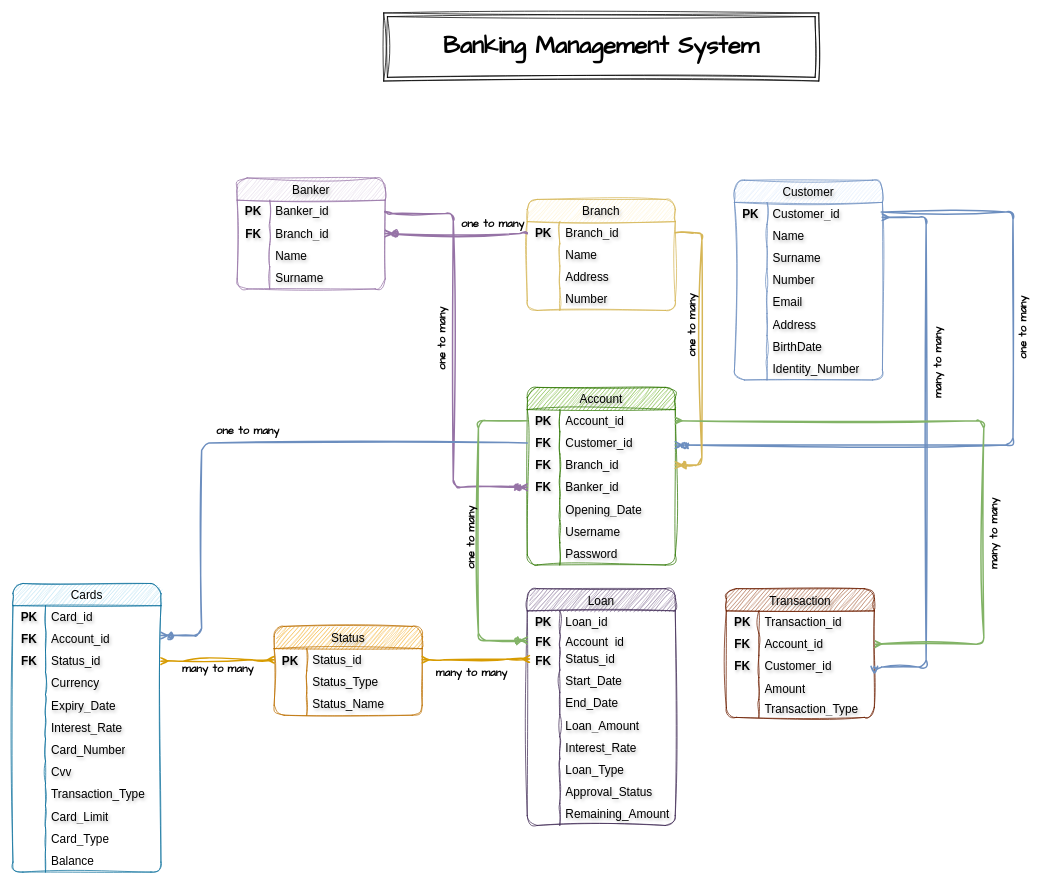
The draw.io diagram Pair1_BankaER.drawio in bnsuoztrk/Deneme, before the edit. Source tidied: cells renumbered, new cells numbered last; positions are measured from the earlier drawing's top-left corner, leaving out a move shared by most shapes. Both pictures are drawn from the tidied source at 74%, with x=0, y=0 at pixel (13, 13).
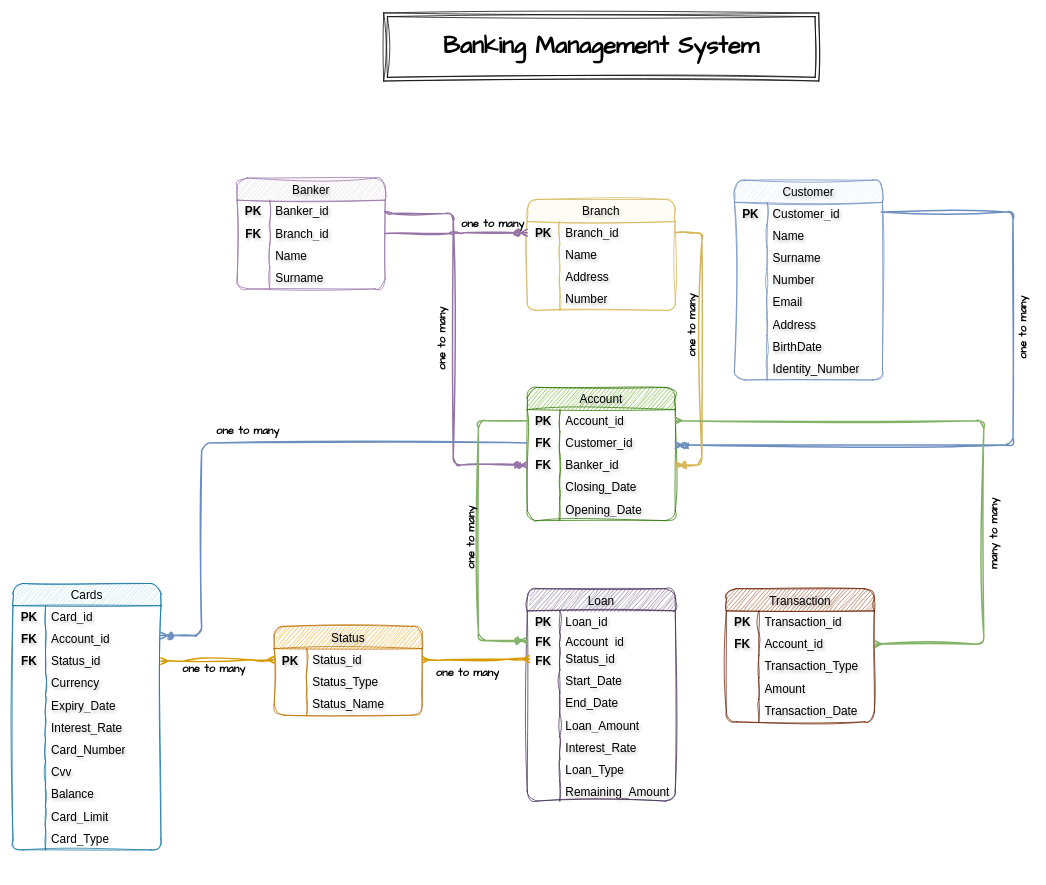
After the change.

Unchanged cells that the change refers to:
```xml
<mxCell id="9" style="shape=tableRow;horizontal=0;startSize=0;swimlaneHead=0;swimlaneBody=0;top=0;left=0;bottom=0;right=0;fillColor=none;points=[[0,0.5],[1,0.5]];portConstraint=eastwest;strokeColor=inherit;fontSize=16;sketch=1;curveFitting=1;jiggle=2;rounded=1;fontColor=#000000;labelBorderColor=none;labelBackgroundColor=none;textShadow=1;" parent="2" vertex="1">
  <mxGeometry y="90" width="200" height="30" as="geometry" />
</mxCell>
<mxCell id="12" style="shape=tableRow;horizontal=0;startSize=0;swimlaneHead=0;swimlaneBody=0;top=0;left=0;bottom=0;right=0;fillColor=none;points=[[0,0.5],[1,0.5]];portConstraint=eastwest;strokeColor=inherit;fontSize=16;sketch=1;curveFitting=1;jiggle=2;rounded=1;fontColor=#000000;labelBorderColor=none;labelBackgroundColor=none;textShadow=1;" parent="2" vertex="1">
  <mxGeometry y="120" width="200" height="30" as="geometry" />
</mxCell>
<mxCell id="25" style="shape=tableRow;horizontal=0;startSize=0;swimlaneHead=0;swimlaneBody=0;top=0;left=0;bottom=0;right=0;fillColor=none;points=[[0,0.5],[1,0.5]];portConstraint=eastwest;strokeColor=inherit;fontSize=16;sketch=1;curveFitting=1;jiggle=2;rounded=1;fontColor=#000000;labelBorderColor=none;labelBackgroundColor=none;textShadow=1;" parent="24" vertex="1">
  <mxGeometry y="30" width="200" height="30" as="geometry" />
</mxCell>
<mxCell id="50" style="shape=tableRow;horizontal=0;startSize=0;swimlaneHead=0;swimlaneBody=0;top=0;left=0;bottom=0;right=0;fillColor=none;points=[[0,0.5],[1,0.5]];portConstraint=eastwest;strokeColor=inherit;fontSize=16;sketch=1;curveFitting=1;jiggle=2;rounded=1;fontColor=#000000;labelBorderColor=none;labelBackgroundColor=none;textShadow=1;" parent="49" vertex="1">
  <mxGeometry y="30" width="200" height="30" as="geometry" />
</mxCell>
<mxCell id="53" style="shape=tableRow;horizontal=0;startSize=0;swimlaneHead=0;swimlaneBody=0;top=0;left=0;bottom=0;right=0;fillColor=none;points=[[0,0.5],[1,0.5]];portConstraint=eastwest;strokeColor=inherit;fontSize=16;sketch=1;curveFitting=1;jiggle=2;rounded=1;fontColor=#000000;labelBorderColor=none;labelBackgroundColor=none;textShadow=1;" parent="49" vertex="1">
  <mxGeometry y="60" width="200" height="30" as="geometry" />
</mxCell>
<mxCell id="94" style="shape=tableRow;horizontal=0;startSize=0;swimlaneHead=0;swimlaneBody=0;top=0;left=0;bottom=0;right=0;fillColor=none;points=[[0,0.5],[1,0.5]];portConstraint=eastwest;strokeColor=inherit;fontSize=16;sketch=1;curveFitting=1;jiggle=2;rounded=1;fontColor=#000000;labelBorderColor=none;labelBackgroundColor=none;textShadow=1;" parent="93" vertex="1">
  <mxGeometry y="30" width="200" height="30" as="geometry" />
</mxCell>
<mxCell id="113" style="shape=tableRow;horizontal=0;startSize=0;swimlaneHead=0;swimlaneBody=0;top=0;left=0;bottom=0;right=0;fillColor=none;points=[[0,0.5],[1,0.5]];portConstraint=eastwest;strokeColor=inherit;fontSize=16;sketch=1;curveFitting=1;jiggle=2;rounded=1;fontColor=#000000;labelBorderColor=none;labelBackgroundColor=none;textShadow=1;" parent="106" vertex="1">
  <mxGeometry y="90" width="200" height="30" as="geometry" />
</mxCell>
<mxCell id="147" style="shape=tableRow;horizontal=0;startSize=0;swimlaneHead=0;swimlaneBody=0;top=0;left=0;bottom=0;right=0;fillColor=none;strokeColor=inherit;fontSize=16;sketch=1;curveFitting=1;jiggle=2;rounded=1;fontColor=#000000;labelBorderColor=none;labelBackgroundColor=none;textShadow=1;" parent="122" vertex="1">
  <mxGeometry y="270" width="200" height="30" as="geometry" />
</mxCell>
```

Diff of the diagram source:
```diff
@@
     <mxCell id="2" value="Account" style="shape=table;startSize=30;childLayout=tableLayout;rowLines=0;fontStyle=0;strokeColor=#2D7600;fontSize=16;fillColor=#60a917;fontColor=#000000;sketch=1;curveFitting=1;jiggle=2;rounded=1;labelBorderColor=none;labelBackgroundColor=none;textShadow=1;" parent="1" vertex="1">
-      <mxGeometry x="695" y="506" width="200" height="240" as="geometry" />
+      <mxGeometry x="695" y="506" width="200" height="180" as="geometry" />
     </mxCell>
@@
-    <mxCell id="11" value="Branch_id" style="shape=partialRectangle;html=1;whiteSpace=wrap;fillColor=none;top=0;left=0;bottom=0;right=0;align=left;spacingLeft=6;overflow=hidden;strokeColor=inherit;fontSize=16;sketch=1;curveFitting=1;jiggle=2;rounded=1;fontColor=#000000;labelBorderColor=none;labelBackgroundColor=none;textShadow=1;" parent="9" vertex="1">
+    <mxCell id="11" value="Banker_id" style="shape=partialRectangle;html=1;whiteSpace=wrap;fillColor=none;top=0;left=0;bottom=0;right=0;align=left;spacingLeft=6;overflow=hidden;strokeColor=inherit;fontSize=16;sketch=1;curveFitting=1;jiggle=2;rounded=1;fontColor=#000000;labelBorderColor=none;labelBackgroundColor=none;textShadow=1;" parent="9" vertex="1">
       <mxGeometry x="44" width="156" height="30" as="geometry" />
     </mxCell>
@@
-    <mxCell id="13" value="FK" style="shape=partialRectangle;html=1;whiteSpace=wrap;fillColor=none;top=0;left=0;bottom=0;right=0;overflow=hidden;strokeColor=inherit;fontSize=16;fontStyle=1;sketch=1;curveFitting=1;jiggle=2;rounded=1;fontColor=#000000;labelBorderColor=none;labelBackgroundColor=none;textShadow=1;" parent="12" vertex="1">
+    <mxCell id="13" style="shape=partialRectangle;html=1;whiteSpace=wrap;fillColor=none;top=0;left=0;bottom=0;right=0;overflow=hidden;strokeColor=inherit;fontSize=16;fontStyle=1;sketch=1;curveFitting=1;jiggle=2;rounded=1;fontColor=#000000;labelBorderColor=none;labelBackgroundColor=none;textShadow=1;" parent="12" vertex="1">
       <mxGeometry width="44" height="30" as="geometry" />
     </mxCell>
-    <mxCell id="14" value="Banker_id" style="shape=partialRectangle;html=1;whiteSpace=wrap;fillColor=none;top=0;left=0;bottom=0;right=0;align=left;spacingLeft=6;overflow=hidden;strokeColor=inherit;fontSize=16;sketch=1;curveFitting=1;jiggle=2;rounded=1;fontColor=#000000;labelBorderColor=none;labelBackgroundColor=none;textShadow=1;" parent="12" vertex="1">
+    <mxCell id="14" value="Closing_Date" style="shape=partialRectangle;html=1;whiteSpace=wrap;fillColor=none;top=0;left=0;bottom=0;right=0;align=left;spacingLeft=6;overflow=hidden;strokeColor=inherit;fontSize=16;sketch=1;curveFitting=1;jiggle=2;rounded=1;fontColor=#000000;labelBorderColor=none;labelBackgroundColor=none;textShadow=1;" parent="12" vertex="1">
       <mxGeometry x="44" width="156" height="30" as="geometry" />
     </mxCell>
@@
-    <mxCell id="18" style="shape=tableRow;horizontal=0;startSize=0;swimlaneHead=0;swimlaneBody=0;top=0;left=0;bottom=0;right=0;fillColor=none;strokeColor=inherit;fontSize=16;sketch=1;curveFitting=1;jiggle=2;rounded=1;fontColor=#000000;labelBorderColor=none;labelBackgroundColor=none;textShadow=1;" parent="2" vertex="1">
-      <mxGeometry y="180" width="200" height="30" as="geometry" />
-    </mxCell>
-    <mxCell id="19" style="shape=partialRectangle;html=1;whiteSpace=wrap;fillColor=none;top=0;left=0;bottom=0;right=0;overflow=hidden;strokeColor=inherit;fontSize=16;sketch=1;curveFitting=1;jiggle=2;rounded=1;fontColor=#000000;labelBorderColor=none;labelBackgroundColor=none;textShadow=1;" parent="18" vertex="1">
-      <mxGeometry width="44" height="30" as="geometry" />
-    </mxCell>
-    <mxCell id="20" value="Username" style="shape=partialRectangle;html=1;whiteSpace=wrap;fillColor=none;top=0;left=0;bottom=0;right=0;align=left;spacingLeft=6;overflow=hidden;strokeColor=inherit;fontSize=16;sketch=1;curveFitting=1;jiggle=2;rounded=1;fontColor=#000000;labelBorderColor=none;labelBackgroundColor=none;textShadow=1;" parent="18" vertex="1">
-      <mxGeometry x="44" width="156" height="30" as="geometry" />
-    </mxCell>
-    <mxCell id="21" style="shape=tableRow;horizontal=0;startSize=0;swimlaneHead=0;swimlaneBody=0;top=0;left=0;bottom=0;right=0;fillColor=none;strokeColor=inherit;fontSize=16;sketch=1;curveFitting=1;jiggle=2;rounded=1;fontColor=#000000;labelBorderColor=none;labelBackgroundColor=none;textShadow=1;" parent="2" vertex="1">
-      <mxGeometry y="210" width="200" height="30" as="geometry" />
-    </mxCell>
-    <mxCell id="22" style="shape=partialRectangle;html=1;whiteSpace=wrap;fillColor=none;top=0;left=0;bottom=0;right=0;overflow=hidden;strokeColor=inherit;fontSize=16;sketch=1;curveFitting=1;jiggle=2;rounded=1;fontColor=#000000;labelBorderColor=none;labelBackgroundColor=none;textShadow=1;" parent="21" vertex="1">
-      <mxGeometry width="44" height="30" as="geometry" />
-    </mxCell>
-    <mxCell id="23" value="Password" style="shape=partialRectangle;html=1;whiteSpace=wrap;fillColor=none;top=0;left=0;bottom=0;right=0;align=left;spacingLeft=6;overflow=hidden;strokeColor=inherit;fontSize=16;sketch=1;curveFitting=1;jiggle=2;rounded=1;fontColor=#000000;labelBorderColor=none;labelBackgroundColor=none;textShadow=1;" parent="21" vertex="1">
-      <mxGeometry x="44" width="156" height="30" as="geometry" />
-    </mxCell>
@@
     <mxCell id="62" value="Loan" style="shape=table;startSize=30;childLayout=tableLayout;rowLines=0;fontStyle=0;strokeColor=#432D57;fontSize=16;fillColor=#76608a;fontColor=#000000;sketch=1;curveFitting=1;jiggle=2;rounded=1;labelBorderColor=none;labelBackgroundColor=none;textShadow=1;" parent="1" vertex="1">
-      <mxGeometry x="695" y="778" width="200" height="320" as="geometry" />
+      <mxGeometry x="695" y="778" width="200" height="287" as="geometry" />
     </mxCell>
@@
     <mxCell id="87" style="shape=tableRow;horizontal=0;startSize=0;swimlaneHead=0;swimlaneBody=0;top=0;left=0;bottom=0;right=0;fillColor=none;strokeColor=inherit;fontSize=16;sketch=1;curveFitting=1;jiggle=2;rounded=1;fontColor=#000000;labelBorderColor=none;labelBackgroundColor=none;textShadow=1;" parent="62" vertex="1">
-      <mxGeometry y="260" width="200" height="30" as="geometry" />
+      <mxGeometry y="260" width="200" height="27" as="geometry" />
     </mxCell>
     <mxCell id="88" style="shape=partialRectangle;html=1;whiteSpace=wrap;fillColor=none;top=0;left=0;bottom=0;right=0;overflow=hidden;strokeColor=inherit;fontSize=16;sketch=1;curveFitting=1;jiggle=2;rounded=1;fontColor=#000000;labelBorderColor=none;labelBackgroundColor=none;textShadow=1;" parent="87" vertex="1">
-      <mxGeometry width="44" height="30" as="geometry" />
+      <mxGeometry width="44" height="27" as="geometry" />
     </mxCell>
-    <mxCell id="89" value="Approval_Status" style="shape=partialRectangle;html=1;whiteSpace=wrap;fillColor=none;top=0;left=0;bottom=0;right=0;align=left;spacingLeft=6;overflow=hidden;strokeColor=inherit;fontSize=16;sketch=1;curveFitting=1;jiggle=2;rounded=1;fontColor=#000000;labelBorderColor=none;labelBackgroundColor=none;textShadow=1;" parent="87" vertex="1">
-      <mxGeometry x="44" width="156" height="30" as="geometry" />
+    <mxCell id="89" value="Remaining_Amount" style="shape=partialRectangle;html=1;whiteSpace=wrap;fillColor=none;top=0;left=0;bottom=0;right=0;align=left;spacingLeft=6;overflow=hidden;strokeColor=inherit;fontSize=16;sketch=1;curveFitting=1;jiggle=2;rounded=1;fontColor=#000000;labelBorderColor=none;labelBackgroundColor=none;textShadow=1;" parent="87" vertex="1">
+      <mxGeometry x="44" width="156" height="27" as="geometry" />
     </mxCell>
-    <mxCell id="90" style="shape=tableRow;horizontal=0;startSize=0;swimlaneHead=0;swimlaneBody=0;top=0;left=0;bottom=0;right=0;fillColor=none;strokeColor=inherit;fontSize=16;sketch=1;curveFitting=1;jiggle=2;rounded=1;fontColor=#000000;labelBorderColor=none;labelBackgroundColor=none;textShadow=1;" parent="62" vertex="1">
-      <mxGeometry y="290" width="200" height="30" as="geometry" />
-    </mxCell>
-    <mxCell id="91" style="shape=partialRectangle;html=1;whiteSpace=wrap;fillColor=none;top=0;left=0;bottom=0;right=0;overflow=hidden;strokeColor=inherit;fontSize=16;sketch=1;curveFitting=1;jiggle=2;rounded=1;fontColor=#000000;labelBorderColor=none;labelBackgroundColor=none;textShadow=1;" parent="90" vertex="1">
-      <mxGeometry width="44" height="30" as="geometry" />
-    </mxCell>
-    <mxCell id="92" value="Remaining_Amount" style="shape=partialRectangle;html=1;whiteSpace=wrap;fillColor=none;top=0;left=0;bottom=0;right=0;align=left;spacingLeft=6;overflow=hidden;strokeColor=inherit;fontSize=16;sketch=1;curveFitting=1;jiggle=2;rounded=1;fontColor=#000000;labelBorderColor=none;labelBackgroundColor=none;textShadow=1;" parent="90" vertex="1">
-      <mxGeometry x="44" width="156" height="30" as="geometry" />
-    </mxCell>
@@
     <mxCell id="106" value="Transaction" style="shape=table;startSize=30;childLayout=tableLayout;rowLines=0;fontStyle=0;strokeColor=#6D1F00;fontSize=16;fillColor=#a0522d;fontColor=#000000;sketch=1;curveFitting=1;jiggle=2;rounded=1;labelBorderColor=none;labelBackgroundColor=none;textShadow=1;" parent="1" vertex="1">
-      <mxGeometry x="964" y="778" width="200" height="174" as="geometry" />
+      <mxGeometry x="964" y="778" width="200" height="180" as="geometry" />
     </mxCell>
@@
-    <mxCell id="114" value="&lt;b&gt;FK&lt;/b&gt;" style="shape=partialRectangle;html=1;whiteSpace=wrap;fillColor=none;top=0;left=0;bottom=0;right=0;overflow=hidden;strokeColor=inherit;fontSize=16;sketch=1;curveFitting=1;jiggle=2;rounded=1;fontColor=#000000;labelBorderColor=none;labelBackgroundColor=none;textShadow=1;" parent="113" vertex="1">
+    <mxCell id="114" style="shape=partialRectangle;html=1;whiteSpace=wrap;fillColor=none;top=0;left=0;bottom=0;right=0;overflow=hidden;strokeColor=inherit;fontSize=16;sketch=1;curveFitting=1;jiggle=2;rounded=1;fontColor=#000000;labelBorderColor=none;labelBackgroundColor=none;textShadow=1;" parent="113" vertex="1">
       <mxGeometry width="44" height="30" as="geometry" />
     </mxCell>
-    <mxCell id="115" value="Customer_id" style="shape=partialRectangle;html=1;whiteSpace=wrap;fillColor=none;top=0;left=0;bottom=0;right=0;align=left;spacingLeft=6;overflow=hidden;strokeColor=inherit;fontSize=16;sketch=1;curveFitting=1;jiggle=2;rounded=1;fontColor=#000000;labelBorderColor=none;labelBackgroundColor=none;textShadow=1;" parent="113" vertex="1">
+    <mxCell id="115" value="Transaction_Type" style="shape=partialRectangle;html=1;whiteSpace=wrap;fillColor=none;top=0;left=0;bottom=0;right=0;align=left;spacingLeft=6;overflow=hidden;strokeColor=inherit;fontSize=16;sketch=1;curveFitting=1;jiggle=2;rounded=1;fontColor=#000000;labelBorderColor=none;labelBackgroundColor=none;textShadow=1;" parent="113" vertex="1">
       <mxGeometry x="44" width="156" height="30" as="geometry" />
     </mxCell>
@@
-    <mxCell id="119" style="shape=tableRow;horizontal=0;startSize=0;swimlaneHead=0;swimlaneBody=0;top=0;left=0;bottom=0;right=0;fillColor=none;strokeColor=inherit;fontSize=16;sketch=1;curveFitting=1;jiggle=2;rounded=1;fontColor=#000000;labelBorderColor=none;labelBackgroundColor=none;textShadow=1;" parent="106" vertex="1">
-      <mxGeometry y="150" width="200" height="24" as="geometry" />
-    </mxCell>
-    <mxCell id="120" style="shape=partialRectangle;html=1;whiteSpace=wrap;fillColor=none;top=0;left=0;bottom=0;right=0;overflow=hidden;strokeColor=inherit;fontSize=16;sketch=1;curveFitting=1;jiggle=2;rounded=1;fontColor=#000000;labelBorderColor=none;labelBackgroundColor=none;textShadow=1;" parent="119" vertex="1">
-      <mxGeometry width="44" height="24" as="geometry" />
-    </mxCell>
-    <mxCell id="121" value="Transaction_Type" style="shape=partialRectangle;html=1;whiteSpace=wrap;fillColor=none;top=0;left=0;bottom=0;right=0;align=left;spacingLeft=6;overflow=hidden;strokeColor=inherit;fontSize=16;sketch=1;curveFitting=1;jiggle=2;rounded=1;fontColor=#000000;labelBorderColor=none;labelBackgroundColor=none;textShadow=1;" parent="119" vertex="1">
-      <mxGeometry x="44" width="156" height="24" as="geometry" />
-    </mxCell>
+    <mxCell id="192" style="shape=tableRow;horizontal=0;startSize=0;swimlaneHead=0;swimlaneBody=0;top=0;left=0;bottom=0;right=0;fillColor=none;strokeColor=inherit;fontSize=16;sketch=1;curveFitting=1;jiggle=2;rounded=1;fontColor=#000000;labelBorderColor=none;labelBackgroundColor=none;textShadow=1;" parent="106" vertex="1">
+      <mxGeometry y="150" width="200" height="30" as="geometry" />
+    </mxCell>
+    <mxCell id="193" style="shape=partialRectangle;html=1;whiteSpace=wrap;fillColor=none;top=0;left=0;bottom=0;right=0;overflow=hidden;strokeColor=inherit;fontSize=16;sketch=1;curveFitting=1;jiggle=2;rounded=1;fontColor=#000000;labelBorderColor=none;labelBackgroundColor=none;textShadow=1;" parent="192" vertex="1">
+      <mxGeometry width="44" height="30" as="geometry" />
+    </mxCell>
+    <mxCell id="194" value="Transaction_Date" style="shape=partialRectangle;html=1;whiteSpace=wrap;fillColor=none;top=0;left=0;bottom=0;right=0;align=left;spacingLeft=6;overflow=hidden;strokeColor=inherit;fontSize=16;sketch=1;curveFitting=1;jiggle=2;rounded=1;fontColor=#000000;labelBorderColor=none;labelBackgroundColor=none;textShadow=1;" parent="192" vertex="1">
+      <mxGeometry x="44" width="156" height="30" as="geometry" />
+    </mxCell>
     <mxCell id="122" value="Cards" style="shape=table;startSize=30;childLayout=tableLayout;rowLines=0;fontStyle=0;strokeColor=#10739e;fontSize=16;fillColor=#b1ddf0;sketch=1;curveFitting=1;jiggle=2;rounded=1;fontColor=#000000;" parent="1" vertex="1">
-      <mxGeometry y="771" width="200" height="390" as="geometry" />
+      <mxGeometry y="771" width="200" height="360" as="geometry" />
     </mxCell>
@@
-    <mxCell id="149" value="Transaction_Type" style="shape=partialRectangle;html=1;whiteSpace=wrap;fillColor=none;top=0;left=0;bottom=0;right=0;align=left;spacingLeft=6;overflow=hidden;strokeColor=inherit;fontSize=16;sketch=1;curveFitting=1;jiggle=2;rounded=1;fontColor=#000000;labelBorderColor=none;labelBackgroundColor=none;textShadow=1;" parent="147" vertex="1">
+    <mxCell id="149" value="Balance" style="shape=partialRectangle;html=1;whiteSpace=wrap;fillColor=none;top=0;left=0;bottom=0;right=0;align=left;spacingLeft=6;overflow=hidden;strokeColor=inherit;fontSize=16;sketch=1;curveFitting=1;jiggle=2;rounded=1;fontColor=#000000;labelBorderColor=none;labelBackgroundColor=none;textShadow=1;" parent="147" vertex="1">
       <mxGeometry x="44" width="156" height="30" as="geometry" />
     </mxCell>
@@
-    <mxCell id="156" style="shape=tableRow;horizontal=0;startSize=0;swimlaneHead=0;swimlaneBody=0;top=0;left=0;bottom=0;right=0;fillColor=none;strokeColor=inherit;fontSize=16;sketch=1;curveFitting=1;jiggle=2;rounded=1;fontColor=#000000;" parent="122" vertex="1">
-      <mxGeometry y="360" width="200" height="30" as="geometry" />
-    </mxCell>
-    <mxCell id="157" style="shape=partialRectangle;html=1;whiteSpace=wrap;fillColor=none;top=0;left=0;bottom=0;right=0;overflow=hidden;strokeColor=inherit;fontSize=16;sketch=1;curveFitting=1;jiggle=2;rounded=1;fontColor=#000000;" parent="156" vertex="1">
-      <mxGeometry width="44" height="30" as="geometry" />
-    </mxCell>
-    <mxCell id="158" value="Balance" style="shape=partialRectangle;html=1;whiteSpace=wrap;fillColor=none;top=0;left=0;bottom=0;right=0;align=left;spacingLeft=6;overflow=hidden;strokeColor=inherit;fontSize=16;sketch=1;curveFitting=1;jiggle=2;rounded=1;fontColor=#000000;" parent="156" vertex="1">
-      <mxGeometry x="44" width="156" height="30" as="geometry" />
-    </mxCell>
@@
-    <mxCell id="172" style="edgeStyle=orthogonalEdgeStyle;fontSize=12;html=1;endArrow=ERzeroToMany;endFill=1;rounded=1;hachureGap=4;fontFamily=Architects Daughter;exitX=0;exitY=0.5;exitDx=0;exitDy=0;entryX=1;entryY=0.5;entryDx=0;entryDy=0;sketch=1;curveFitting=1;jiggle=2;fillColor=#e1d5e7;strokeColor=#9673a6;strokeWidth=2;" parent="1" edge="1" source="94" target="53">
-      <mxGeometry relative="1" as="geometry">
-        <Array as="points">
-          <mxPoint x="695" y="298" />
-        </Array>
-      </mxGeometry>
+    <mxCell id="172" style="edgeStyle=orthogonalEdgeStyle;fontSize=12;html=1;endArrow=ERzeroToMany;endFill=1;rounded=1;hachureGap=4;fontFamily=Architects Daughter;exitX=1;exitY=0.5;exitDx=0;exitDy=0;sketch=1;curveFitting=1;jiggle=2;fillColor=#e1d5e7;strokeColor=#9673a6;strokeWidth=2;entryX=0;entryY=0.5;entryDx=0;entryDy=0;" parent="1" edge="1" source="53" target="94">
+      <mxGeometry relative="1" as="geometry" />
     </mxCell>
@@
-    <mxCell id="174" style="edgeStyle=orthogonalEdgeStyle;fontSize=12;html=1;endArrow=ERzeroToMany;endFill=1;rounded=1;hachureGap=4;fontFamily=Architects Daughter;exitX=1;exitY=0.5;exitDx=0;exitDy=0;entryX=0;entryY=0.5;entryDx=0;entryDy=0;sketch=1;curveFitting=1;jiggle=2;fillColor=#e1d5e7;strokeColor=#9673a6;strokeWidth=2;" parent="1" edge="1" source="50" target="12">
+    <mxCell id="174" style="edgeStyle=orthogonalEdgeStyle;fontSize=12;html=1;endArrow=ERzeroToMany;endFill=1;rounded=1;hachureGap=4;fontFamily=Architects Daughter;exitX=1;exitY=0.5;exitDx=0;exitDy=0;entryX=0;entryY=0.5;entryDx=0;entryDy=0;sketch=1;curveFitting=1;jiggle=2;fillColor=#e1d5e7;strokeColor=#9673a6;strokeWidth=2;" parent="1" edge="1" source="50" target="9">
       <mxGeometry relative="1" as="geometry">
         <Array as="points">
+          <mxPoint x="503" y="271" />
           <mxPoint x="595" y="271" />
-          <mxPoint x="595" y="641" />
+          <mxPoint x="595" y="611" />
         </Array>
       </mxGeometry>
     </mxCell>
-    <mxCell id="175" style="edgeStyle=orthogonalEdgeStyle;fontSize=12;html=1;endArrow=ERmany;startArrow=ERmany;rounded=1;sketch=1;hachureGap=4;jiggle=2;curveFitting=1;fontFamily=Architects Daughter;exitX=1;exitY=0.5;exitDx=0;exitDy=0;fontStyle=1;entryX=0.998;entryY=0.669;entryDx=0;entryDy=0;entryPerimeter=0;fillColor=#dae8fc;strokeColor=#6c8ebf;strokeWidth=2;" parent="1" edge="1" source="113" target="25">
-      <mxGeometry relative="1" as="geometry">
-        <Array as="points">
-          <mxPoint x="1234" y="884" />
-          <mxPoint x="1234" y="276" />
-        </Array>
-      </mxGeometry>
-    </mxCell>
@@
-    <mxCell id="177" value="many to many" style="text;strokeColor=none;fillColor=none;spacingLeft=4;spacingRight=4;overflow=hidden;fontSize=15;whiteSpace=wrap;html=1;fontFamily=Architects Daughter;fontStyle=1;" parent="1" vertex="1">
+    <mxCell id="177" value="one to many" style="text;strokeColor=none;fillColor=none;spacingLeft=4;spacingRight=4;overflow=hidden;fontSize=15;whiteSpace=wrap;html=1;fontFamily=Architects Daughter;fontStyle=1;" parent="1" vertex="1">
       <mxGeometry x="566" y="877" width="118" height="30" as="geometry" />
     </mxCell>
@@
-    <mxCell id="183" value="many to many" style="text;strokeColor=none;fillColor=none;spacingLeft=4;spacingRight=4;overflow=hidden;fontSize=15;whiteSpace=wrap;html=1;fontFamily=Architects Daughter;fontStyle=1;" parent="1" vertex="1">
+    <mxCell id="183" value="one to many" style="text;strokeColor=none;fillColor=none;spacingLeft=4;spacingRight=4;overflow=hidden;fontSize=15;whiteSpace=wrap;html=1;fontFamily=Architects Daughter;fontStyle=1;" parent="1" vertex="1">
       <mxGeometry x="223" y="871" width="118" height="30" as="geometry" />
     </mxCell>
@@
-    <mxCell id="188" value="&lt;b&gt;&lt;font style=&quot;font-size: 15px;&quot;&gt;many to many&lt;/font&gt;&lt;/b&gt;" style="text;strokeColor=none;fillColor=none;spacingLeft=4;spacingRight=4;overflow=hidden;fontSize=12;whiteSpace=wrap;html=1;fontFamily=Architects Daughter;horizontal=0;" parent="1" vertex="1">
-      <mxGeometry x="1234" y="402" width="26" height="125" as="geometry" />
-    </mxCell>
```
